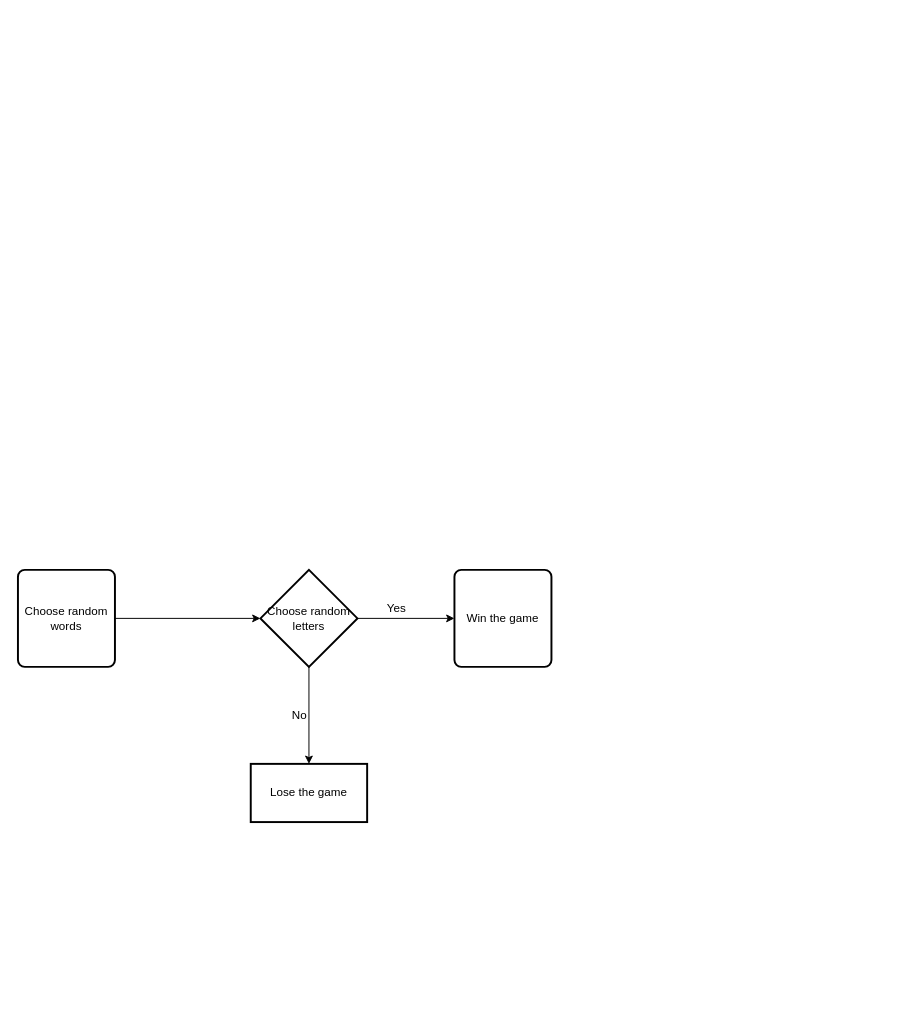
This is Untitled Diagram.drawio from Nathan-web24/DTP2, a draw.io file, before an edit. Source tidied: cells renumbered, new cells numbered last; positions are measured from the earlier drawing's top-left corner, leaving out a move shared by most shapes. Both pictures are drawn from the tidied source at 97%, with x=0, y=0 at pixel (17, 569).
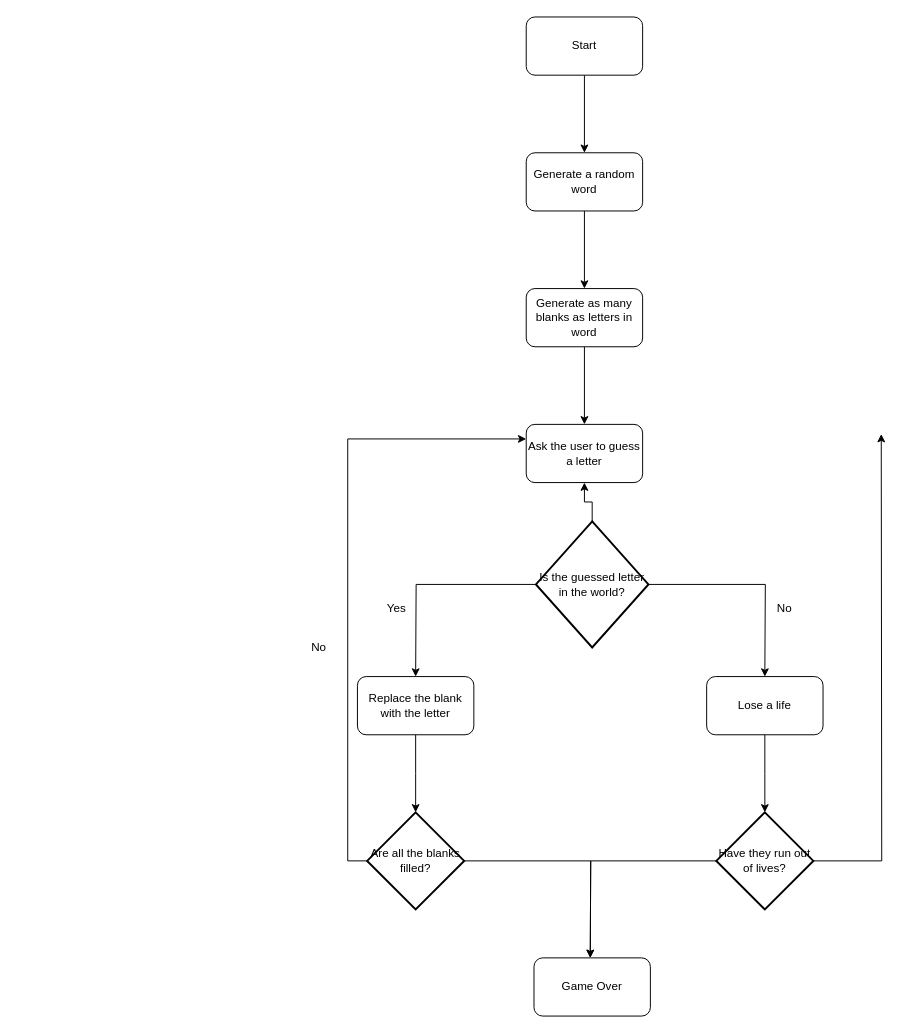
After the change.

The edit, as a diff of the source:
```diff
@@
-    <mxCell id="2" style="edgeStyle=orthogonalEdgeStyle;rounded=0;jettySize=auto;html=1;exitX=1;exitY=0.5;exitDx=0;exitDy=0;entryX=0;entryY=0.5;entryDx=0;entryDy=0;entryPerimeter=0;" parent="1" edge="1" source="3" target="6">
-      <mxGeometry relative="1" as="geometry" />
-    </mxCell>
-    <mxCell id="3" value="Choose random words" style="rounded=1;whiteSpace=wrap;html=1;absoluteArcSize=1;arcSize=14;strokeWidth=2;" parent="1" vertex="1">
-      <mxGeometry width="100" height="100" as="geometry" />
-    </mxCell>
-    <mxCell id="4" style="edgeStyle=orthogonalEdgeStyle;rounded=0;jettySize=auto;html=1;entryX=0;entryY=0.5;entryDx=0;entryDy=0;" parent="1" edge="1" source="6" target="8">
-      <mxGeometry relative="1" as="geometry" />
-    </mxCell>
-    <mxCell id="5" style="edgeStyle=orthogonalEdgeStyle;rounded=0;jettySize=auto;html=1;" parent="1" edge="1" source="6" target="9">
-      <mxGeometry relative="1" as="geometry" />
-    </mxCell>
-    <mxCell id="6" value="Choose random letters" style="strokeWidth=2;html=1;shape=mxgraph.flowchart.decision;whiteSpace=wrap;" parent="1" vertex="1">
-      <mxGeometry x="250" width="100" height="100" as="geometry" />
-    </mxCell>
+    <mxCell id="11" style="edgeStyle=orthogonalEdgeStyle;rounded=0;jettySize=auto;html=1;" parent="1" edge="1" source="12" target="14">
+      <mxGeometry relative="1" as="geometry" />
+    </mxCell>
+    <mxCell id="12" value="Start" style="rounded=1;whiteSpace=wrap;html=1;" parent="1" vertex="1">
+      <mxGeometry x="524" y="-570" width="120" height="60" as="geometry" />
+    </mxCell>
+    <mxCell id="13" style="edgeStyle=orthogonalEdgeStyle;rounded=0;jettySize=auto;html=1;" parent="1" edge="1" source="14" target="16">
+      <mxGeometry relative="1" as="geometry" />
+    </mxCell>
+    <mxCell id="14" value="Generate a random word" style="rounded=1;whiteSpace=wrap;html=1;" parent="1" vertex="1">
+      <mxGeometry x="524" y="-430" width="120" height="60" as="geometry" />
+    </mxCell>
+    <mxCell id="15" style="edgeStyle=orthogonalEdgeStyle;rounded=0;jettySize=auto;html=1;" parent="1" edge="1" source="16" target="17">
+      <mxGeometry relative="1" as="geometry" />
+    </mxCell>
+    <mxCell id="16" value="Generate as many blanks as letters in word" style="rounded=1;whiteSpace=wrap;html=1;" parent="1" vertex="1">
+      <mxGeometry x="524" y="-290" width="120" height="60" as="geometry" />
+    </mxCell>
+    <mxCell id="17" value="Ask the user to guess a letter" style="rounded=1;whiteSpace=wrap;html=1;" parent="1" vertex="1">
+      <mxGeometry x="524" y="-150" width="120" height="60" as="geometry" />
+    </mxCell>
+    <mxCell id="18" style="edgeStyle=orthogonalEdgeStyle;rounded=0;jettySize=auto;html=1;" parent="1" edge="1" source="21">
+      <mxGeometry relative="1" as="geometry">
+        <mxPoint x="410" y="110" as="targetPoint" />
+      </mxGeometry>
+    </mxCell>
+    <mxCell id="19" style="edgeStyle=orthogonalEdgeStyle;rounded=0;jettySize=auto;html=1;exitX=1;exitY=0.5;exitDx=0;exitDy=0;exitPerimeter=0;" parent="1" edge="1" source="21">
+      <mxGeometry relative="1" as="geometry">
+        <mxPoint x="770" y="110" as="targetPoint" />
+      </mxGeometry>
+    </mxCell>
+    <mxCell id="20" style="edgeStyle=orthogonalEdgeStyle;rounded=0;jettySize=auto;html=1;exitX=0.5;exitY=0;exitDx=0;exitDy=0;exitPerimeter=0;" parent="1" edge="1" source="21" target="17">
+      <mxGeometry relative="1" as="geometry" />
+    </mxCell>
+    <mxCell id="21" value="Is the guessed letter in the world?" style="strokeWidth=2;html=1;shape=mxgraph.flowchart.decision;whiteSpace=wrap;" parent="1" vertex="1">
+      <mxGeometry x="534" y="-50" width="116" height="130" as="geometry" />
+    </mxCell>
+    <mxCell id="22" style="edgeStyle=orthogonalEdgeStyle;rounded=0;jettySize=auto;html=1;" parent="1" edge="1" source="23">
+      <mxGeometry relative="1" as="geometry">
+        <mxPoint x="410" y="250" as="targetPoint" />
+      </mxGeometry>
+    </mxCell>
+    <mxCell id="23" value="Replace the blank with the letter" style="rounded=1;whiteSpace=wrap;html=1;" parent="1" vertex="1">
+      <mxGeometry x="350" y="110" width="120" height="60" as="geometry" />
+    </mxCell>
+    <mxCell id="24" style="edgeStyle=orthogonalEdgeStyle;rounded=0;jettySize=auto;html=1;" parent="1" edge="1" source="25">
+      <mxGeometry relative="1" as="geometry">
+        <mxPoint x="770" y="250" as="targetPoint" />
+      </mxGeometry>
+    </mxCell>
+    <mxCell id="25" value="Lose a life" style="rounded=1;whiteSpace=wrap;html=1;" parent="1" vertex="1">
+      <mxGeometry x="710" y="110" width="120" height="60" as="geometry" />
+    </mxCell>
+    <mxCell id="26" style="edgeStyle=orthogonalEdgeStyle;rounded=0;jettySize=auto;html=1;exitX=0;exitY=0.5;exitDx=0;exitDy=0;exitPerimeter=0;entryX=0;entryY=0.25;entryDx=0;entryDy=0;" parent="1" edge="1" source="28" target="17">
+      <mxGeometry relative="1" as="geometry" />
+    </mxCell>
+    <mxCell id="27" style="edgeStyle=orthogonalEdgeStyle;rounded=0;jettySize=auto;html=1;" parent="1" edge="1" source="28">
+      <mxGeometry relative="1" as="geometry">
+        <mxPoint x="590" y="400" as="targetPoint" />
+      </mxGeometry>
+    </mxCell>
+    <mxCell id="28" value="Are all the blanks filled?" style="strokeWidth=2;html=1;shape=mxgraph.flowchart.decision;whiteSpace=wrap;" parent="1" vertex="1">
+      <mxGeometry x="360" y="250" width="100" height="100" as="geometry" />
+    </mxCell>
+    <mxCell id="29" style="edgeStyle=orthogonalEdgeStyle;rounded=0;jettySize=auto;html=1;" parent="1" edge="1" source="31">
+      <mxGeometry relative="1" as="geometry">
+        <mxPoint x="890" y="-140" as="targetPoint" />
+      </mxGeometry>
+    </mxCell>
+    <mxCell id="30" style="edgeStyle=orthogonalEdgeStyle;rounded=0;jettySize=auto;html=1;" parent="1" edge="1" source="31">
+      <mxGeometry relative="1" as="geometry">
+        <mxPoint x="590" y="400" as="targetPoint" />
+      </mxGeometry>
+    </mxCell>
+    <mxCell id="31" value="Have they run out of lives?" style="strokeWidth=2;html=1;shape=mxgraph.flowchart.decision;whiteSpace=wrap;" parent="1" vertex="1">
+      <mxGeometry x="720" y="250" width="100" height="100" as="geometry" />
+    </mxCell>
@@
-    <mxCell id="8" value="Win the game" style="rounded=1;whiteSpace=wrap;html=1;absoluteArcSize=1;arcSize=14;strokeWidth=2;" parent="1" vertex="1">
-      <mxGeometry x="450" width="100" height="100" as="geometry" />
-    </mxCell>
-    <mxCell id="9" value="Lose the game" style="whiteSpace=wrap;html=1;strokeWidth=2;" parent="1" vertex="1">
-      <mxGeometry x="240" y="200" width="120" height="60" as="geometry" />
-    </mxCell>
-    <mxCell id="10" value="No" style="text;html=1;align=center;verticalAlign=middle;strokeColor=none;fillColor=none;" parent="1" vertex="1">
-      <mxGeometry x="275" y="140" width="30" height="20" as="geometry" />
-    </mxCell>
+    <mxCell id="32" value="No" style="text;html=1;align=center;verticalAlign=middle;strokeColor=none;fillColor=none;" parent="1" vertex="1">
+      <mxGeometry x="775" y="30" width="30" height="20" as="geometry" />
+    </mxCell>
+    <mxCell id="33" value="No" style="text;html=1;align=center;verticalAlign=middle;strokeColor=none;fillColor=none;" parent="1" vertex="1">
+      <mxGeometry x="295" y="70" width="30" height="20" as="geometry" />
+    </mxCell>
+    <mxCell id="34" value="Game Over" style="rounded=1;whiteSpace=wrap;html=1;" parent="1" vertex="1">
+      <mxGeometry x="532" y="400" width="120" height="60" as="geometry" />
+    </mxCell>
```
